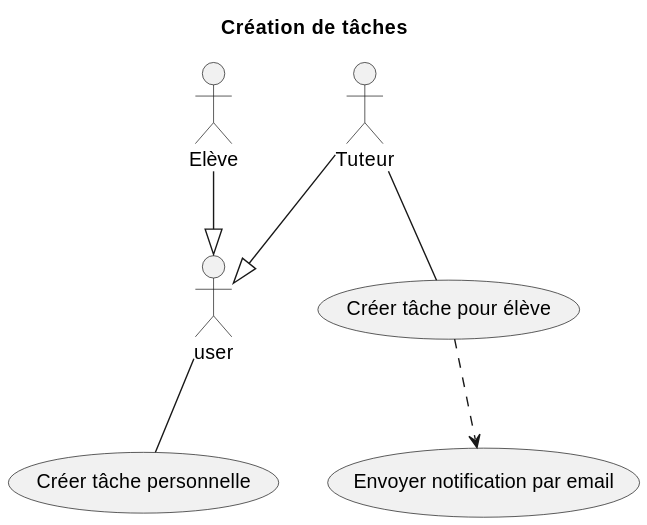
Above: docs/diagrams/tasks/task_creation.svg in KMBCL/P3_specifications (PlantUML), before the change.
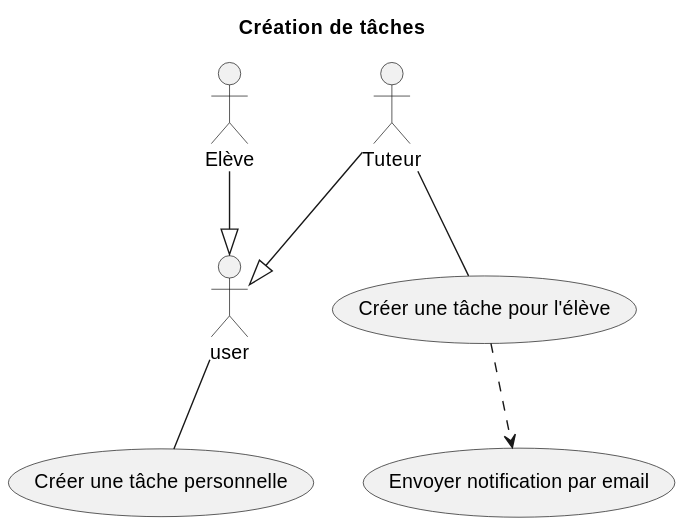
Above is the later version.

Change to the diagram source:
```diff
@@ -6,8 +6,8 @@
 student --|> user
 tutor --|> user
 
-usecase "Créer tâche pour élève" as create_task_for_student
-usecase "Créer tâche personnelle" as create_personal_task
+usecase "Créer une tâche pour l'élève" as create_task_for_student
+usecase "Créer une tâche personnelle" as create_personal_task
 usecase "Envoyer notification par email" as send_email_notification
 
 tutor -- create_task_for_student
```
